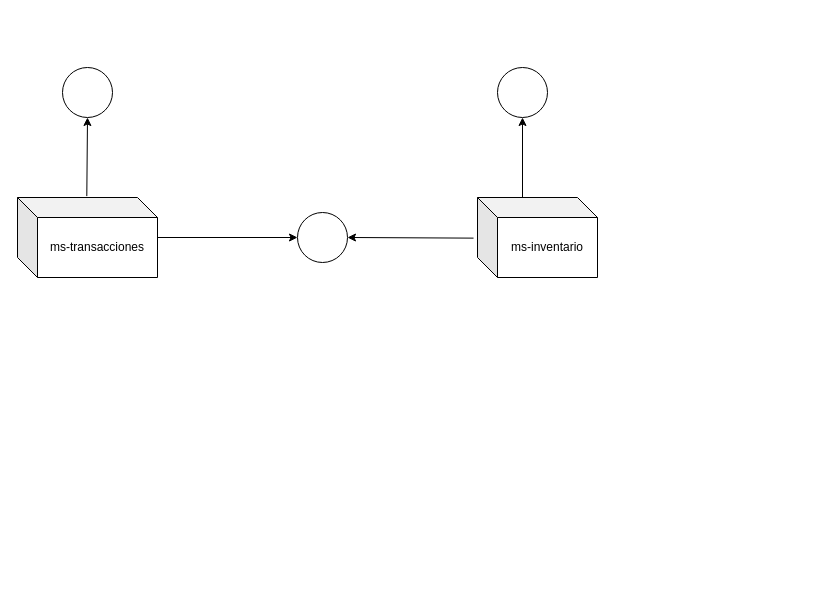
erick12357/pruebaRest keeps this draw.io diagram as Untitled Diagram.drawio. Above is the earlier version. Source tidied: cells renumbered, new cells numbered last; positions are measured from the earlier drawing's top-left corner, leaving out a move shared by most shapes. Both pictures are drawn from the tidied source at 100%, with x=0, y=0 at pixel (17, 67).
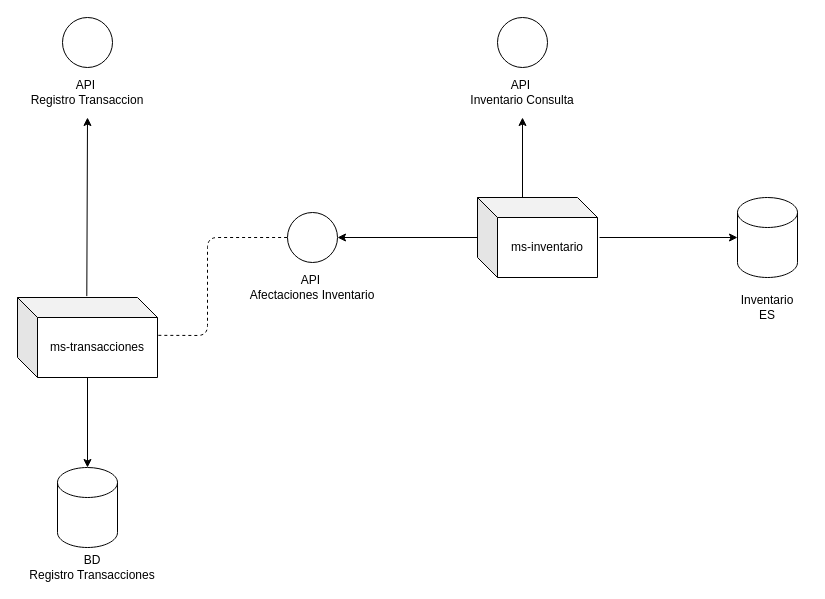
Above is the later version.

Unchanged cells that the change refers to:
```xml
<mxCell id="3" value="ms-inventario" style="shape=cube;whiteSpace=wrap;html=1;boundedLbl=1;backgroundOutline=1;darkOpacity=0.05;darkOpacity2=0.1;" parent="1" vertex="1">
  <mxGeometry x="460" y="130" width="120" height="80" as="geometry" />
</mxCell>
```

What changed in the source:
```diff
@@
     <mxCell id="2" value="ms-transacciones" style="shape=cube;whiteSpace=wrap;html=1;boundedLbl=1;backgroundOutline=1;darkOpacity=0.05;darkOpacity2=0.1;" parent="1" vertex="1">
-      <mxGeometry y="130" width="140" height="80" as="geometry" />
+      <mxGeometry y="230" width="140" height="80" as="geometry" />
     </mxCell>
@@
-    <mxCell id="4" style="endArrow=classic;html=1;entryX=1;entryY=0.5;entryDx=0;entryDy=0;exitX=-0.033;exitY=0.508;exitDx=0;exitDy=0;exitPerimeter=0;" parent="1" edge="1" source="3" target="7">
-      <mxGeometry relative="1" as="geometry" />
+    <mxCell id="4" style="endArrow=classic;html=1;entryX=1;entryY=0.5;entryDx=0;entryDy=0;" parent="1" edge="1" target="7">
+      <mxGeometry relative="1" as="geometry">
+        <mxPoint x="460" y="170" as="sourcePoint" />
+      </mxGeometry>
     </mxCell>
     <mxCell id="5" style="ellipse;whiteSpace=wrap;html=1;" parent="1" vertex="1">
-      <mxGeometry x="480" width="50" height="50" as="geometry" />
+      <mxGeometry x="480" y="-50" width="50" height="50" as="geometry" />
     </mxCell>
-    <mxCell id="6" style="endArrow=classic;html=1;entryX=0.5;entryY=1;entryDx=0;entryDy=0;" parent="1" edge="1" target="5">
+    <mxCell id="6" style="endArrow=classic;html=1;" parent="1" edge="1" target="11">
       <mxGeometry relative="1" as="geometry">
         <mxPoint x="505" y="130" as="sourcePoint" />
       </mxGeometry>
     </mxCell>
     <mxCell id="7" style="ellipse;whiteSpace=wrap;html=1;" parent="1" vertex="1">
-      <mxGeometry x="280" y="145" width="50" height="50" as="geometry" />
+      <mxGeometry x="270" y="145" width="50" height="50" as="geometry" />
     </mxCell>
     <mxCell id="8" style="ellipse;whiteSpace=wrap;html=1;" parent="1" vertex="1">
-      <mxGeometry x="45" width="50" height="50" as="geometry" />
+      <mxGeometry x="45" y="-50" width="50" height="50" as="geometry" />
     </mxCell>
-    <mxCell id="9" style="endArrow=classic;html=1;entryX=0.5;entryY=1;entryDx=0;entryDy=0;exitX=0.495;exitY=-0.017;exitDx=0;exitDy=0;exitPerimeter=0;" parent="1" edge="1" source="2" target="8">
-      <mxGeometry relative="1" as="geometry" />
+    <mxCell id="9" style="endArrow=classic;html=1;exitX=0.495;exitY=-0.017;exitDx=0;exitDy=0;exitPerimeter=0;" parent="1" edge="1" source="2">
+      <mxGeometry relative="1" as="geometry">
+        <mxPoint x="70" y="50" as="targetPoint" />
+      </mxGeometry>
     </mxCell>
-    <mxCell id="10" style="endArrow=classic;html=1;entryX=0;entryY=0.5;entryDx=0;entryDy=0;" parent="1" edge="1" target="7">
-      <mxGeometry relative="1" as="geometry">
-        <mxPoint x="140" y="170" as="sourcePoint" />
-      </mxGeometry>
-    </mxCell>
+    <mxCell id="11" value="API&amp;nbsp;&lt;br&gt;Inventario Consulta" style="text;html=1;strokeColor=none;fillColor=none;align=center;verticalAlign=middle;whiteSpace=wrap;rounded=0;" parent="1" vertex="1">
+      <mxGeometry x="435" width="140" height="50" as="geometry" />
+    </mxCell>
+    <mxCell id="12" value="API&amp;nbsp;&lt;br&gt;Registro Transaccion" style="text;html=1;strokeColor=none;fillColor=none;align=center;verticalAlign=middle;whiteSpace=wrap;rounded=0;" parent="1" vertex="1">
+      <mxGeometry x="10" width="120" height="50" as="geometry" />
+    </mxCell>
+    <mxCell id="13" style="endArrow=none;dashed=1;html=1;exitX=1.006;exitY=0.473;exitDx=0;exitDy=0;exitPerimeter=0;entryX=0;entryY=0.5;entryDx=0;entryDy=0;" parent="1" edge="1" source="2" target="7">
+      <mxGeometry relative="1" as="geometry">
+        <Array as="points">
+          <mxPoint x="190" y="268" />
+          <mxPoint x="190" y="170" />
+        </Array>
+      </mxGeometry>
+    </mxCell>
+    <mxCell id="14" value="API&amp;nbsp;&lt;br&gt;Afectaciones Inventario" style="text;html=1;strokeColor=none;fillColor=none;align=center;verticalAlign=middle;whiteSpace=wrap;rounded=0;" parent="1" vertex="1">
+      <mxGeometry x="225" y="195" width="140" height="50" as="geometry" />
+    </mxCell>
+    <mxCell id="15" style="shape=cylinder3;whiteSpace=wrap;html=1;boundedLbl=1;backgroundOutline=1;size=15;" parent="1" vertex="1">
+      <mxGeometry x="720" y="130" width="60" height="80" as="geometry" />
+    </mxCell>
+    <mxCell id="16" value="Inventario&lt;br&gt;ES" style="text;html=1;strokeColor=none;fillColor=none;align=center;verticalAlign=middle;whiteSpace=wrap;rounded=0;" parent="1" vertex="1">
+      <mxGeometry x="710" y="220" width="80" height="40" as="geometry" />
+    </mxCell>
+    <mxCell id="17" style="endArrow=classic;html=1;entryX=0;entryY=0.5;entryDx=0;entryDy=0;entryPerimeter=0;" parent="1" edge="1" target="15">
+      <mxGeometry relative="1" as="geometry">
+        <mxPoint x="582" y="170" as="sourcePoint" />
+      </mxGeometry>
+    </mxCell>
+    <mxCell id="18" style="shape=cylinder3;whiteSpace=wrap;html=1;boundedLbl=1;backgroundOutline=1;size=15;" parent="1" vertex="1">
+      <mxGeometry x="40" y="400" width="60" height="80" as="geometry" />
+    </mxCell>
+    <mxCell id="19" style="endArrow=classic;html=1;entryX=0.5;entryY=0;entryDx=0;entryDy=0;entryPerimeter=0;" parent="1" edge="1" source="2" target="18">
+      <mxGeometry relative="1" as="geometry" />
+    </mxCell>
+    <mxCell id="20" value="BD &lt;br&gt;Registro Transacciones" style="text;html=1;strokeColor=none;fillColor=none;align=center;verticalAlign=middle;whiteSpace=wrap;rounded=0;" parent="1" vertex="1">
+      <mxGeometry x="10" y="490" width="130" height="20" as="geometry" />
+    </mxCell>
```
